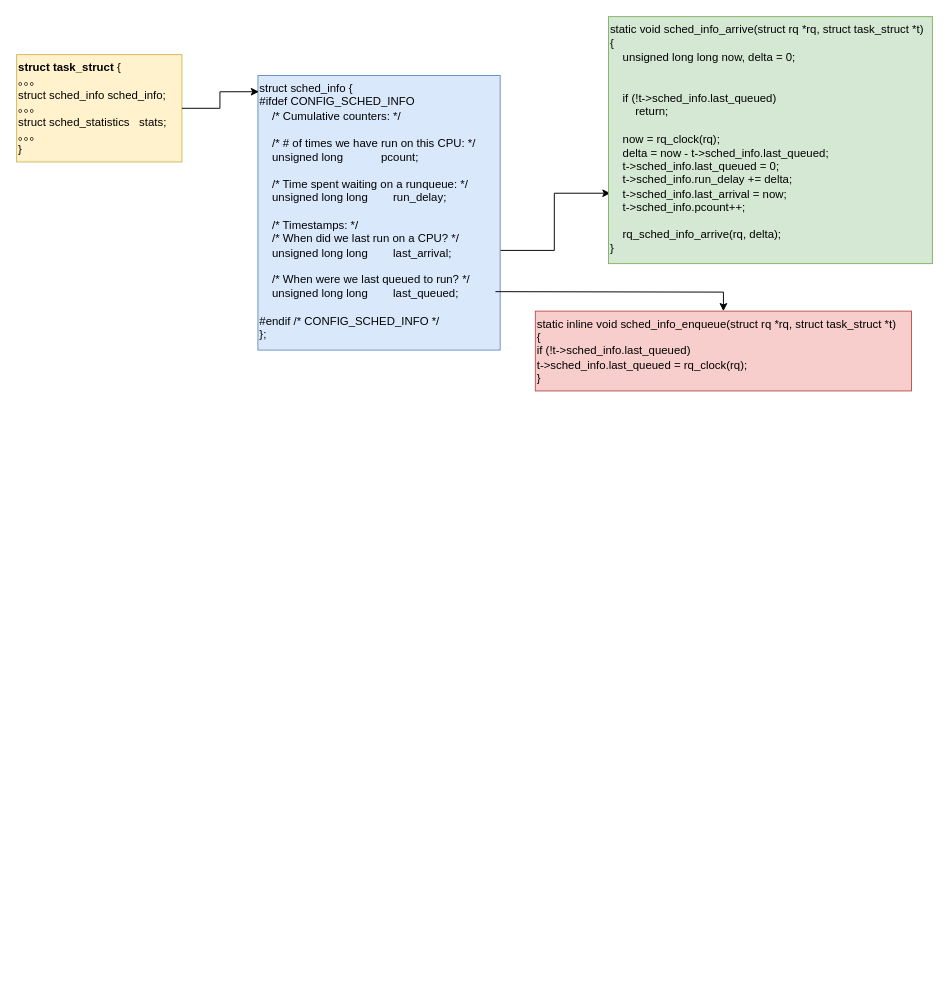
The draw.io diagram page "schedule" (3 of 4) of kernel.drawio in chentao-kernel/drawio, before the edit. Source tidied: cells renumbered, new cells numbered last; positions are measured from the earlier drawing's top-left corner, leaving out a move shared by most shapes. Both pictures are drawn from the tidied source at 95%, with x=0, y=0 at pixel (16, 16).
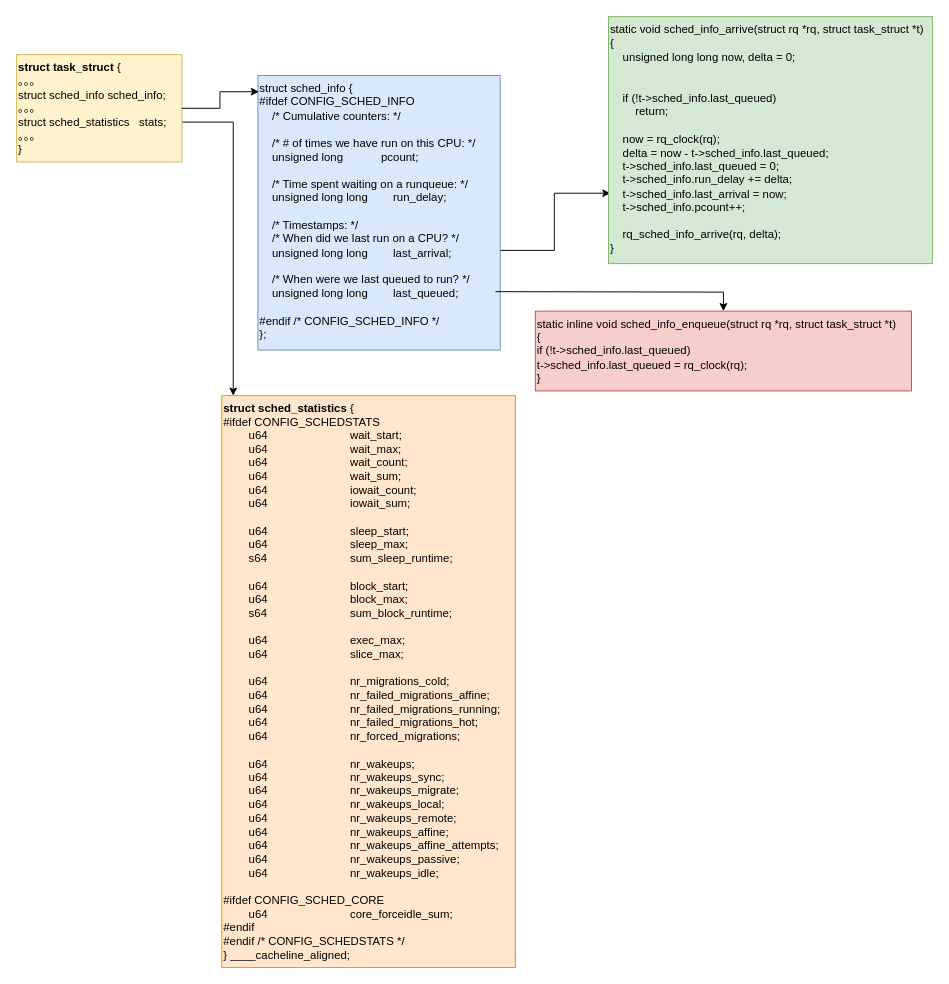
The same page after the edit.

Diff of the diagram source:
```diff
@@
 <mxGraphModel>
   <root>
     <mxCell id="0" />
     <mxCell id="1" parent="0" />
     <mxCell id="2" style="edgeStyle=orthogonalEdgeStyle;rounded=0;jettySize=auto;html=1;exitX=0.992;exitY=0.637;exitDx=0;exitDy=0;exitPerimeter=0;entryX=0.006;entryY=0.715;entryDx=0;entryDy=0;entryPerimeter=0;" parent="1" edge="1" source="3" target="6">
       <mxGeometry relative="1" as="geometry" />
     </mxCell>
     <mxCell id="3" value="struct sched_info {&#10;#ifdef CONFIG_SCHED_INFO&#10;    /* Cumulative counters: */&#10;&#10;    /* # of times we have run on this CPU: */&#10;    unsigned long            pcount;&#10;&#10;    /* Time spent waiting on a runqueue: */&#10;    unsigned long long        run_delay;&#10;&#10;    /* Timestamps: */&#10;    /* When did we last run on a CPU? */&#10;    unsigned long long        last_arrival;&#10;&#10;    /* When were we last queued to run? */&#10;    unsigned long long        last_queued;&#10;&#10;#endif /* CONFIG_SCHED_INFO */&#10;};" style="text;whiteSpace=wrap;align=left;fontStyle=0;fillColor=#dae8fc;strokeColor=#6c8ebf;" parent="1" vertex="1">
       <mxGeometry x="254" y="62" width="255" height="289" as="geometry" />
     </mxCell>
+    <mxCell id="9" style="edgeStyle=orthogonalEdgeStyle;rounded=0;jettySize=auto;html=1;" parent="1" edge="1" source="4" target="10">
+      <mxGeometry relative="1" as="geometry">
+        <Array as="points">
+          <mxPoint x="228" y="111" />
+        </Array>
+      </mxGeometry>
+    </mxCell>
     <mxCell id="4" value="&lt;b&gt;struct task_struct&lt;/b&gt; {&lt;div&gt;。。。&lt;/div&gt;&lt;div&gt;struct sched_info sched_info;&lt;br&gt;&lt;/div&gt;&lt;div&gt;。。。&lt;/div&gt;&lt;div&gt;struct sched_statistics&amp;nbsp; &amp;nbsp;stats;&lt;br&gt;&lt;/div&gt;&lt;div&gt;。。。&lt;/div&gt;&lt;div&gt;}&lt;/div&gt;" style="text;html=1;align=left;verticalAlign=middle;points=[];strokeColor=#d6b656;fillColor=#fff2cc;" parent="1" vertex="1">
       <mxGeometry y="40" width="174" height="113" as="geometry" />
     </mxCell>
     <mxCell id="5" style="edgeStyle=orthogonalEdgeStyle;rounded=0;jettySize=auto;html=1;entryX=0.004;entryY=0.059;entryDx=0;entryDy=0;entryPerimeter=0;" parent="1" edge="1" source="4" target="3">
       <mxGeometry relative="1" as="geometry" />
     </mxCell>
     <mxCell id="6" value="static void sched_info_arrive(struct rq *rq, struct task_struct *t)&#10;{&#10;    unsigned long long now, delta = 0;&#10;&#10;&#10;    if (!t-&gt;sched_info.last_queued)&#10;        return;&#10;&#10;    now = rq_clock(rq);&#10;    delta = now - t-&gt;sched_info.last_queued;&#10;    t-&gt;sched_info.last_queued = 0;&#10;    t-&gt;sched_info.run_delay += delta;&#10;    t-&gt;sched_info.last_arrival = now;&#10;    t-&gt;sched_info.pcount++;&#10;&#10;    rq_sched_info_arrive(rq, delta);&#10;}" style="text;whiteSpace=wrap;fillColor=#d5e8d4;strokeColor=#82b366;" parent="1" vertex="1">
       <mxGeometry x="623" width="341" height="260" as="geometry" />
     </mxCell>
     <mxCell id="7" value="static inline void sched_info_enqueue(struct rq *rq, struct task_struct *t)&lt;br&gt;{&lt;br&gt;&#9;if (!t-&amp;gt;sched_info.last_queued)&lt;br&gt;&#9;&#9;t-&amp;gt;sched_info.last_queued = rq_clock(rq);&lt;br&gt;}" style="text;html=1;align=left;verticalAlign=middle;points=[];strokeColor=#b85450;fillColor=#f8cecc;" parent="1" vertex="1">
       <mxGeometry x="546" y="310" width="396" height="84" as="geometry" />
     </mxCell>
     <mxCell id="8" style="edgeStyle=orthogonalEdgeStyle;rounded=0;jettySize=auto;html=1;" parent="1" edge="1" target="7">
       <mxGeometry relative="1" as="geometry">
         <mxPoint x="504" y="289.5" as="sourcePoint" />
       </mxGeometry>
     </mxCell>
+    <mxCell id="10" value="&lt;div&gt;&lt;b&gt;struct sched_statistics&lt;/b&gt; {&lt;/div&gt;&lt;div&gt;#ifdef CONFIG_SCHEDSTATS&lt;/div&gt;&lt;div&gt;&lt;span style=&quot;white-space-collapse: collapse;&quot;&gt;&lt;span style=&quot;white-space-collapse: preserve;&quot;&gt;&#9;&lt;/span&gt;u64&lt;span style=&quot;white-space-collapse: preserve;&quot;&gt;&#9;&#9;&#9;&#9;&lt;/span&gt;wait_start;&lt;/span&gt;&lt;/div&gt;&lt;div&gt;&lt;span style=&quot;white-space-collapse: collapse;&quot;&gt;&lt;span style=&quot;white-space-collapse: preserve;&quot;&gt;&#9;&lt;/span&gt;u64&lt;span style=&quot;white-space-collapse: preserve;&quot;&gt;&#9;&#9;&#9;&#9;&lt;/span&gt;wait_max;&lt;/span&gt;&lt;/div&gt;&lt;div&gt;&lt;span style=&quot;white-space-collapse: collapse;&quot;&gt;&lt;span style=&quot;white-space-collapse: preserve;&quot;&gt;&#9;&lt;/span&gt;u64&lt;span style=&quot;white-space-collapse: preserve;&quot;&gt;&#9;&#9;&#9;&#9;&lt;/span&gt;wait_count;&lt;/span&gt;&lt;/div&gt;&lt;div&gt;&lt;span style=&quot;white-space-collapse: collapse;&quot;&gt;&lt;span style=&quot;white-space-collapse: preserve;&quot;&gt;&#9;&lt;/span&gt;u64&lt;span style=&quot;white-space-collapse: preserve;&quot;&gt;&#9;&#9;&#9;&#9;&lt;/span&gt;wait_sum;&lt;/span&gt;&lt;/div&gt;&lt;div&gt;&lt;span style=&quot;white-space-collapse: collapse;&quot;&gt;&lt;span style=&quot;white-space-collapse: preserve;&quot;&gt;&#9;&lt;/span&gt;u64&lt;span style=&quot;white-space-collapse: preserve;&quot;&gt;&#9;&#9;&#9;&#9;&lt;/span&gt;iowait_count;&lt;/span&gt;&lt;/div&gt;&lt;div&gt;&lt;span style=&quot;white-space-collapse: collapse;&quot;&gt;&lt;span style=&quot;white-space-collapse: preserve;&quot;&gt;&#9;&lt;/span&gt;u64&lt;span style=&quot;white-space-collapse: preserve;&quot;&gt;&#9;&#9;&#9;&#9;&lt;/span&gt;iowait_sum;&lt;/span&gt;&lt;/div&gt;&lt;div&gt;&lt;br&gt;&lt;/div&gt;&lt;div&gt;&lt;span style=&quot;white-space-collapse: collapse;&quot;&gt;&lt;span style=&quot;white-space-collapse: preserve;&quot;&gt;&#9;&lt;/span&gt;u64&lt;span style=&quot;white-space-collapse: preserve;&quot;&gt;&#9;&#9;&#9;&#9;&lt;/span&gt;sleep_start;&lt;/span&gt;&lt;/div&gt;&lt;div&gt;&lt;span style=&quot;white-space-collapse: collapse;&quot;&gt;&lt;span style=&quot;white-space-collapse: preserve;&quot;&gt;&#9;&lt;/span&gt;u64&lt;span style=&quot;white-space-collapse: preserve;&quot;&gt;&#9;&#9;&#9;&#9;&lt;/span&gt;sleep_max;&lt;/span&gt;&lt;/div&gt;&lt;div&gt;&lt;span style=&quot;white-space-collapse: collapse;&quot;&gt;&lt;span style=&quot;white-space-collapse: preserve;&quot;&gt;&#9;&lt;/span&gt;s64&lt;span style=&quot;white-space-collapse: preserve;&quot;&gt;&#9;&#9;&#9;&#9;&lt;/span&gt;sum_sleep_runtime;&lt;/span&gt;&lt;/div&gt;&lt;div&gt;&lt;br&gt;&lt;/div&gt;&lt;div&gt;&lt;span style=&quot;white-space-collapse: collapse;&quot;&gt;&lt;span style=&quot;white-space-collapse: preserve;&quot;&gt;&#9;&lt;/span&gt;u64&lt;span style=&quot;white-space-collapse: preserve;&quot;&gt;&#9;&#9;&#9;&#9;&lt;/span&gt;block_start;&lt;/span&gt;&lt;/div&gt;&lt;div&gt;&lt;span style=&quot;white-space-collapse: collapse;&quot;&gt;&lt;span style=&quot;white-space-collapse: preserve;&quot;&gt;&#9;&lt;/span&gt;u64&lt;span style=&quot;white-space-collapse: preserve;&quot;&gt;&#9;&#9;&#9;&#9;&lt;/span&gt;block_max;&lt;/span&gt;&lt;/div&gt;&lt;div&gt;&lt;span style=&quot;white-space-collapse: collapse;&quot;&gt;&lt;span style=&quot;white-space-collapse: preserve;&quot;&gt;&#9;&lt;/span&gt;s64&lt;span style=&quot;white-space-collapse: preserve;&quot;&gt;&#9;&#9;&#9;&#9;&lt;/span&gt;sum_block_runtime;&lt;/span&gt;&lt;/div&gt;&lt;div&gt;&lt;br&gt;&lt;/div&gt;&lt;div&gt;&lt;span style=&quot;white-space-collapse: collapse;&quot;&gt;&lt;span style=&quot;white-space-collapse: preserve;&quot;&gt;&#9;&lt;/span&gt;u64&lt;span style=&quot;white-space-collapse: preserve;&quot;&gt;&#9;&#9;&#9;&#9;&lt;/span&gt;exec_max;&lt;/span&gt;&lt;/div&gt;&lt;div&gt;&lt;span style=&quot;white-space-collapse: collapse;&quot;&gt;&lt;span style=&quot;white-space-collapse: preserve;&quot;&gt;&#9;&lt;/span&gt;u64&lt;span style=&quot;white-space-collapse: preserve;&quot;&gt;&#9;&#9;&#9;&#9;&lt;/span&gt;slice_max;&lt;/span&gt;&lt;/div&gt;&lt;div&gt;&lt;br&gt;&lt;/div&gt;&lt;div&gt;&lt;span style=&quot;white-space-collapse: collapse;&quot;&gt;&lt;span style=&quot;white-space-collapse: preserve;&quot;&gt;&#9;&lt;/span&gt;u64&lt;span style=&quot;white-space-collapse: preserve;&quot;&gt;&#9;&#9;&#9;&#9;&lt;/span&gt;nr_migrations_cold;&lt;/span&gt;&lt;/div&gt;&lt;div&gt;&lt;span style=&quot;white-space-collapse: collapse;&quot;&gt;&lt;span style=&quot;white-space-collapse: preserve;&quot;&gt;&#9;&lt;/span&gt;u64&lt;span style=&quot;white-space-collapse: preserve;&quot;&gt;&#9;&#9;&#9;&#9;&lt;/span&gt;nr_failed_migrations_affine;&lt;/span&gt;&lt;/div&gt;&lt;div&gt;&lt;span style=&quot;white-space-collapse: collapse;&quot;&gt;&lt;span style=&quot;white-space-collapse: preserve;&quot;&gt;&#9;&lt;/span&gt;u64&lt;span style=&quot;white-space-collapse: preserve;&quot;&gt;&#9;&#9;&#9;&#9;&lt;/span&gt;nr_failed_migrations_running;&lt;/span&gt;&lt;/div&gt;&lt;div&gt;&lt;span style=&quot;white-space-collapse: collapse;&quot;&gt;&lt;span style=&quot;white-space-collapse: preserve;&quot;&gt;&#9;&lt;/span&gt;u64&lt;span style=&quot;white-space-collapse: preserve;&quot;&gt;&#9;&#9;&#9;&#9;&lt;/span&gt;nr_failed_migrations_hot;&lt;/span&gt;&lt;/div&gt;&lt;div&gt;&lt;span style=&quot;white-space-collapse: collapse;&quot;&gt;&lt;span style=&quot;white-space-collapse: preserve;&quot;&gt;&#9;&lt;/span&gt;u64&lt;span style=&quot;white-space-collapse: preserve;&quot;&gt;&#9;&#9;&#9;&#9;&lt;/span&gt;nr_forced_migrations;&lt;/span&gt;&lt;/div&gt;&lt;div&gt;&lt;br&gt;&lt;/div&gt;&lt;div&gt;&lt;span style=&quot;white-space-collapse: collapse;&quot;&gt;&lt;span style=&quot;white-space-collapse: preserve;&quot;&gt;&#9;&lt;/span&gt;u64&lt;span style=&quot;white-space-collapse: preserve;&quot;&gt;&#9;&#9;&#9;&#9;&lt;/span&gt;nr_wakeups;&lt;/span&gt;&lt;/div&gt;&lt;div&gt;&lt;span style=&quot;white-space-collapse: collapse;&quot;&gt;&lt;span style=&quot;white-space-collapse: preserve;&quot;&gt;&#9;&lt;/span&gt;u64&lt;span style=&quot;white-space-collapse: preserve;&quot;&gt;&#9;&#9;&#9;&#9;&lt;/span&gt;nr_wakeups_sync;&lt;/span&gt;&lt;/div&gt;&lt;div&gt;&lt;span style=&quot;white-space-collapse: collapse;&quot;&gt;&lt;span style=&quot;white-space-collapse: preserve;&quot;&gt;&#9;&lt;/span&gt;u64&lt;span style=&quot;white-space-collapse: preserve;&quot;&gt;&#9;&#9;&#9;&#9;&lt;/span&gt;nr_wakeups_migrate;&lt;/span&gt;&lt;/div&gt;&lt;div&gt;&lt;span style=&quot;white-space-collapse: collapse;&quot;&gt;&lt;span style=&quot;white-space-collapse: preserve;&quot;&gt;&#9;&lt;/span&gt;u64&lt;span style=&quot;white-space-collapse: preserve;&quot;&gt;&#9;&#9;&#9;&#9;&lt;/span&gt;nr_wakeups_local;&lt;/span&gt;&lt;/div&gt;&lt;div&gt;&lt;span style=&quot;white-space-collapse: collapse;&quot;&gt;&lt;span style=&quot;white-space-collapse: preserve;&quot;&gt;&#9;&lt;/span&gt;u64&lt;span style=&quot;white-space-collapse: preserve;&quot;&gt;&#9;&#9;&#9;&#9;&lt;/span&gt;nr_wakeups_remote;&lt;/span&gt;&lt;/div&gt;&lt;div&gt;&lt;span style=&quot;white-space-collapse: collapse;&quot;&gt;&lt;span style=&quot;white-space-collapse: preserve;&quot;&gt;&#9;&lt;/span&gt;u64&lt;span style=&quot;white-space-collapse: preserve;&quot;&gt;&#9;&#9;&#9;&#9;&lt;/span&gt;nr_wakeups_affine;&lt;/span&gt;&lt;/div&gt;&lt;div&gt;&lt;span style=&quot;white-space-collapse: collapse;&quot;&gt;&lt;span style=&quot;white-space-collapse: preserve;&quot;&gt;&#9;&lt;/span&gt;u64&lt;span style=&quot;white-space-collapse: preserve;&quot;&gt;&#9;&#9;&#9;&#9;&lt;/span&gt;nr_wakeups_affine_attempts;&lt;/span&gt;&lt;/div&gt;&lt;div&gt;&lt;span style=&quot;white-space-collapse: collapse;&quot;&gt;&lt;span style=&quot;white-space-collapse: preserve;&quot;&gt;&#9;&lt;/span&gt;u64&lt;span style=&quot;white-space-collapse: preserve;&quot;&gt;&#9;&#9;&#9;&#9;&lt;/span&gt;nr_wakeups_passive;&lt;/span&gt;&lt;/div&gt;&lt;div&gt;&lt;span style=&quot;white-space-collapse: collapse;&quot;&gt;&lt;span style=&quot;white-space-collapse: preserve;&quot;&gt;&#9;&lt;/span&gt;u64&lt;span style=&quot;white-space-collapse: preserve;&quot;&gt;&#9;&#9;&#9;&#9;&lt;/span&gt;nr_wakeups_idle;&lt;/span&gt;&lt;/div&gt;&lt;div&gt;&lt;br&gt;&lt;/div&gt;&lt;div&gt;#ifdef CONFIG_SCHED_CORE&lt;/div&gt;&lt;div&gt;&lt;span style=&quot;white-space-collapse: collapse;&quot;&gt;&lt;span style=&quot;white-space-collapse: preserve;&quot;&gt;&#9;&lt;/span&gt;u64&lt;span style=&quot;white-space-collapse: preserve;&quot;&gt;&#9;&#9;&#9;&#9;&lt;/span&gt;core_forceidle_sum;&lt;/span&gt;&lt;/div&gt;&lt;div&gt;#endif&lt;/div&gt;&lt;div&gt;#endif /* CONFIG_SCHEDSTATS */&lt;/div&gt;&lt;div&gt;} ____cacheline_aligned;&lt;/div&gt;" style="text;html=1;align=left;verticalAlign=middle;points=[];strokeColor=#d79b00;fillColor=#ffe6cc;" parent="1" vertex="1">
+      <mxGeometry x="216" y="399" width="309" height="602" as="geometry" />
+    </mxCell>
   </root>
 </mxGraphModel>
```
